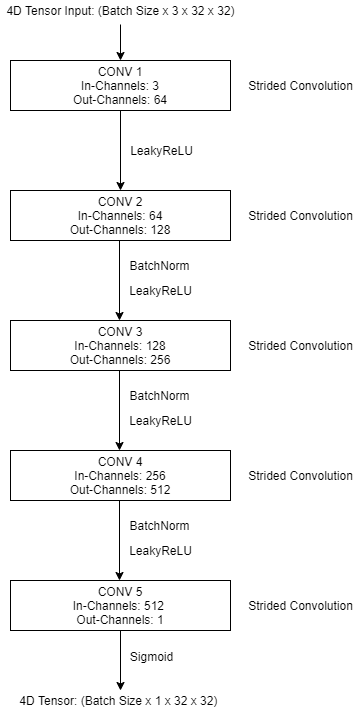
This is notes/Discriminator.png from peterhessey/DeepLearning, a draw.io export, as it was before one commit. Source tidied: cells renumbered, new cells last; positions are measured from the earlier drawing's top-left corner, leaving out a move shared by most shapes.
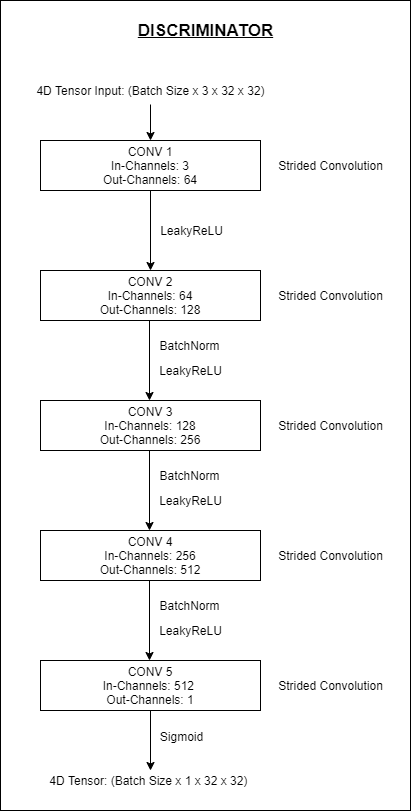
Later version of the same file.

The edit, as a diff of the source:
```diff
@@ -2,6 +2,9 @@
   <root>
     <mxCell id="0" />
     <mxCell id="1" parent="0" />
+    <mxCell id="28" style="rounded=0;whiteSpace=wrap;html=1;" parent="1" vertex="1">
+      <mxGeometry x="-30" y="-80" width="410" height="810" as="geometry" />
+    </mxCell>
     <mxCell id="2" value="CONV 1&lt;br&gt;In-Channels: 3&lt;br&gt;Out-Channels: 64" style="rounded=0;whiteSpace=wrap;html=1;" parent="1" vertex="1">
       <mxGeometry x="10" y="60" width="220" height="50" as="geometry" />
     </mxCell>
@@ -93,5 +96,8 @@
     <mxCell id="27" value="Sigmoid" style="text;html=1;align=center;verticalAlign=middle;" parent="1" vertex="1">
       <mxGeometry x="121" y="646" width="60" height="20" as="geometry" />
     </mxCell>
+    <mxCell id="29" value="&lt;b&gt;&lt;u&gt;&lt;font style=&quot;font-size: 17px&quot;&gt;DISCRIMINATOR&lt;/font&gt;&lt;/u&gt;&lt;/b&gt;" style="text;html=1;align=center;verticalAlign=middle;" parent="1" vertex="1">
+      <mxGeometry x="100" y="-60" width="150" height="20" as="geometry" />
+    </mxCell>
   </root>
 </mxGraphModel>
```
